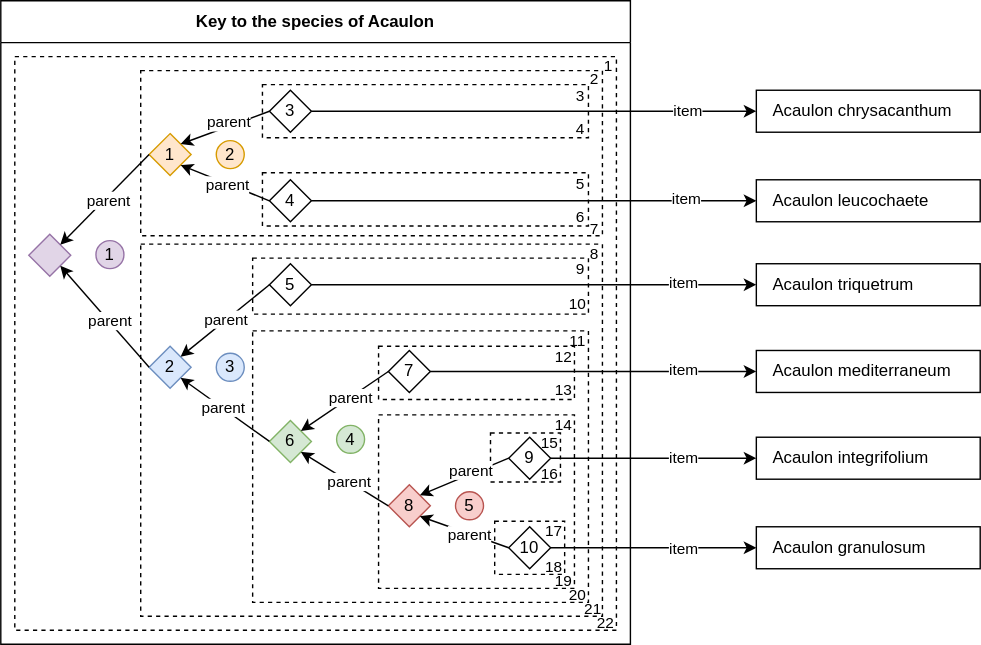
Earlier version of the draw.io export docs/media/indented-key.drawio.svg (rbgvictoria/keybase_model). Source tidied: cells renumbered, new cells last; positions are measured from the earlier drawing's top-left corner, leaving out a move shared by most shapes.
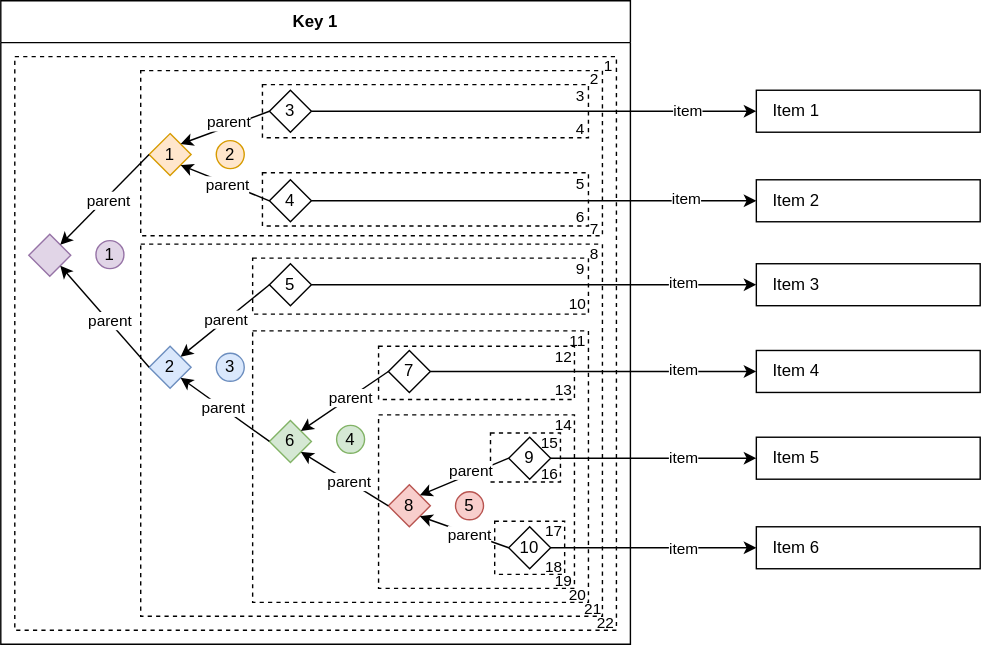
Above is the later version.

Change to the diagram source:
```diff
@@ -2,7 +2,7 @@
   <root>
     <mxCell id="0" />
     <mxCell id="1" parent="0" />
-    <mxCell id="2" value="Key to the species of Acaulon" style="swimlane;whiteSpace=wrap;html=1;startSize=30;" parent="1" vertex="1">
+    <mxCell id="2" value="Key 1" style="swimlane;whiteSpace=wrap;html=1;startSize=30;" parent="1" vertex="1">
       <mxGeometry width="450" height="460" as="geometry" />
     </mxCell>
     <mxCell id="3" style="rounded=0;whiteSpace=wrap;html=1;fillColor=none;dashed=1;" parent="2" vertex="1">
@@ -35,22 +35,22 @@
     <mxCell id="12" style="rounded=0;whiteSpace=wrap;html=1;dashed=1;strokeColor=#000000;fillColor=none;" parent="2" vertex="1">
       <mxGeometry x="270" y="247" width="140" height="38" as="geometry" />
     </mxCell>
-    <mxCell id="13" value="Acaulon chrysacanthum" style="rounded=0;whiteSpace=wrap;html=1;align=left;spacingLeft=10;strokeColor=default;fillColor=none;" parent="2" vertex="1">
+    <mxCell id="13" value="Item 1" style="rounded=0;whiteSpace=wrap;html=1;align=left;spacingLeft=10;strokeColor=default;fillColor=none;" parent="2" vertex="1">
       <mxGeometry x="540" y="64" width="160" height="30" as="geometry" />
     </mxCell>
-    <mxCell id="14" value="Acaulon leucochaete" style="rounded=0;whiteSpace=wrap;html=1;align=left;spacingLeft=10;strokeColor=default;fillColor=none;" parent="2" vertex="1">
+    <mxCell id="14" value="Item 2" style="rounded=0;whiteSpace=wrap;html=1;align=left;spacingLeft=10;strokeColor=default;fillColor=none;" parent="2" vertex="1">
       <mxGeometry x="540" y="128" width="160" height="30" as="geometry" />
     </mxCell>
-    <mxCell id="15" value="Acaulon triquetrum" style="rounded=0;whiteSpace=wrap;html=1;align=left;spacingLeft=10;strokeColor=default;fillColor=none;" parent="2" vertex="1">
+    <mxCell id="15" value="Item 3" style="rounded=0;whiteSpace=wrap;html=1;align=left;spacingLeft=10;strokeColor=default;fillColor=none;" parent="2" vertex="1">
       <mxGeometry x="540" y="188" width="160" height="30" as="geometry" />
     </mxCell>
-    <mxCell id="16" value="Acaulon mediterraneum" style="rounded=0;whiteSpace=wrap;html=1;align=left;spacingLeft=10;strokeColor=default;fillColor=none;" parent="2" vertex="1">
+    <mxCell id="16" value="Item 4" style="rounded=0;whiteSpace=wrap;html=1;align=left;spacingLeft=10;strokeColor=default;fillColor=none;" parent="2" vertex="1">
       <mxGeometry x="540" y="250" width="160" height="30" as="geometry" />
     </mxCell>
-    <mxCell id="17" value="Acaulon integrifolium" style="rounded=0;whiteSpace=wrap;html=1;align=left;spacingLeft=10;strokeColor=default;fillColor=none;" parent="2" vertex="1">
+    <mxCell id="17" value="Item 5" style="rounded=0;whiteSpace=wrap;html=1;align=left;spacingLeft=10;strokeColor=default;fillColor=none;" parent="2" vertex="1">
       <mxGeometry x="540" y="312" width="160" height="30" as="geometry" />
     </mxCell>
-    <mxCell id="18" value="Acaulon granulosum" style="rounded=0;whiteSpace=wrap;html=1;align=left;spacingLeft=10;strokeColor=default;fillColor=none;" parent="2" vertex="1">
+    <mxCell id="18" value="Item 6" style="rounded=0;whiteSpace=wrap;html=1;align=left;spacingLeft=10;strokeColor=default;fillColor=none;" parent="2" vertex="1">
       <mxGeometry x="540" y="376" width="160" height="30" as="geometry" />
     </mxCell>
     <mxCell id="19" value="2" style="rhombus;whiteSpace=wrap;html=1;fillColor=#dae8fc;strokeColor=#6c8ebf;" parent="2" vertex="1">
```
